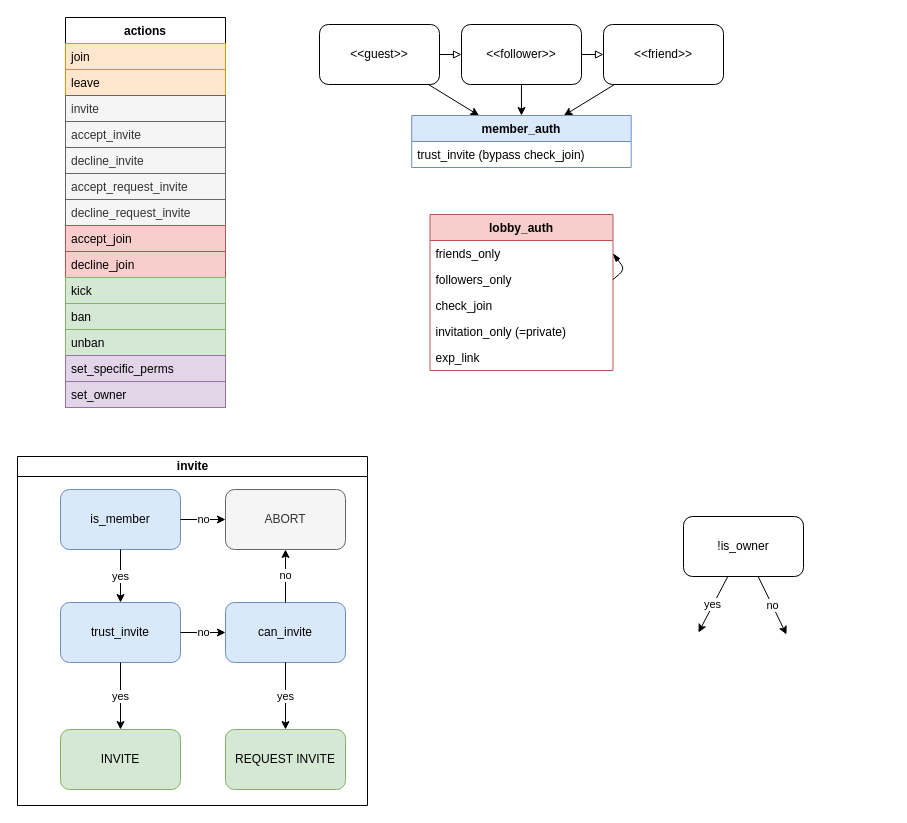
This is _bin/diagrams/lobby/auth.drawio from papawou/o_7, a draw.io file, before an edit. Source tidied: cells renumbered, new cells numbered last; positions are measured from the earlier drawing's top-left corner, leaving out a move shared by most shapes. Both pictures are drawn from the tidied source at 100%, with x=0, y=0 at pixel (17, 17).
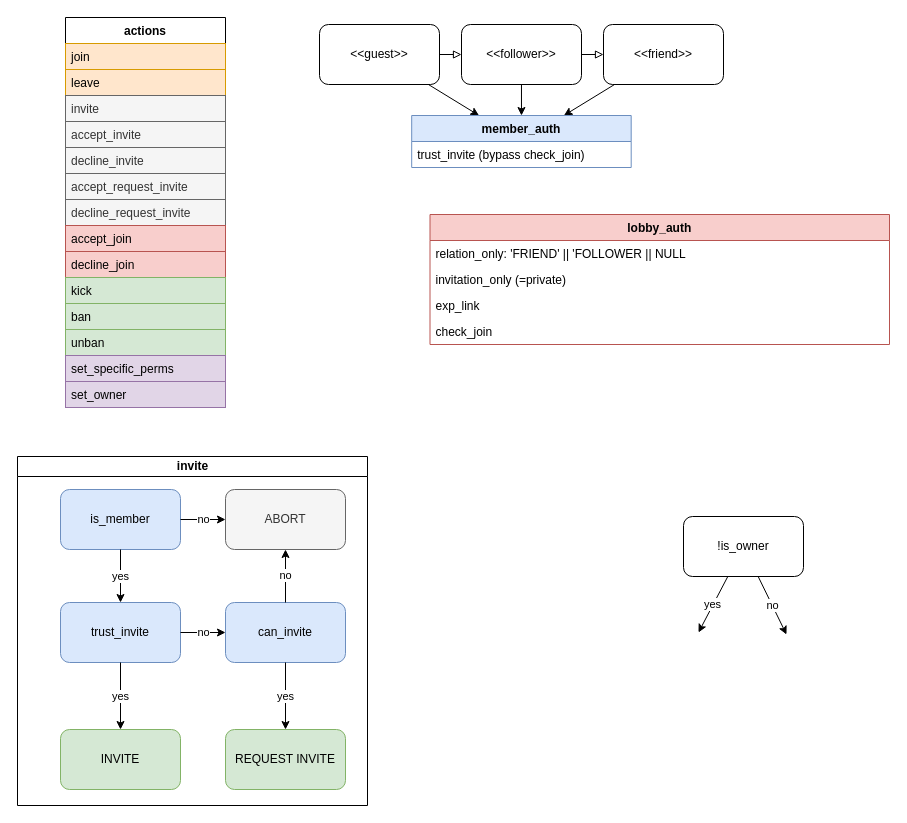
The same diagram, later.

Diff of the diagram source:
```diff
@@
     <mxCell id="28" value="lobby_auth" style="swimlane;fontStyle=1;align=center;verticalAlign=top;horizontal=1;startSize=26;fillColor=#f8cecc;strokeColor=#b85450;" parent="1" vertex="1">
-      <mxGeometry x="412.5" y="197" width="183" height="156" as="geometry" />
+      <mxGeometry x="412.5" y="197" width="459.5" height="130" as="geometry" />
     </mxCell>
-    <mxCell id="29" style="rounded=1;jettySize=auto;html=1;exitX=1;exitY=0.5;exitDx=0;exitDy=0;entryX=1;entryY=0.5;entryDx=0;entryDy=0;endArrow=none;endFill=0;startArrow=blockThin;startFill=1;" parent="28" edge="1" source="30" target="32">
-      <mxGeometry relative="1" as="geometry">
-        <Array as="points">
-          <mxPoint x="195" y="55" />
-        </Array>
-      </mxGeometry>
-    </mxCell>
-    <mxCell id="30" value="friends_only" style="text;strokeColor=none;fillColor=none;align=left;verticalAlign=top;spacingLeft=4;spacingRight=4;overflow=hidden;points=[[0,0.5],[1,0.5]];portConstraint=eastwest;" parent="28" vertex="1">
-      <mxGeometry y="26" width="183" height="26" as="geometry" />
-    </mxCell>
-    <mxCell id="31" style="edgeStyle=none;rounded=1;jettySize=auto;html=1;endArrow=blockThin;endFill=1;" parent="28" edge="1" source="32" target="33">
-      <mxGeometry relative="1" as="geometry" />
-    </mxCell>
-    <mxCell id="32" value="followers_only" style="text;strokeColor=none;fillColor=none;align=left;verticalAlign=top;spacingLeft=4;spacingRight=4;overflow=hidden;points=[[0,0.5],[1,0.5]];portConstraint=eastwest;" parent="28" vertex="1">
-      <mxGeometry y="52" width="183" height="26" as="geometry" />
-    </mxCell>
+    <mxCell id="34" value="relation_only: 'FRIEND' || 'FOLLOWER || NULL" style="text;strokeColor=none;fillColor=none;align=left;verticalAlign=top;spacingLeft=4;spacingRight=4;overflow=hidden;" parent="28" vertex="1">
+      <mxGeometry y="26" width="459.5" height="26" as="geometry" />
+    </mxCell>
+    <mxCell id="52" value="invitation_only (=private)" style="text;strokeColor=none;fillColor=none;align=left;verticalAlign=top;spacingLeft=4;spacingRight=4;overflow=hidden;" parent="28" vertex="1">
+      <mxGeometry y="52" width="459.5" height="26" as="geometry" />
+    </mxCell>
+    <mxCell id="35" value="exp_link" style="text;strokeColor=none;fillColor=none;align=left;verticalAlign=top;spacingLeft=4;spacingRight=4;overflow=hidden;" parent="28" vertex="1">
+      <mxGeometry y="78" width="459.5" height="26" as="geometry" />
+    </mxCell>
     <mxCell id="33" value="check_join" style="text;strokeColor=none;fillColor=none;align=left;verticalAlign=top;spacingLeft=4;spacingRight=4;overflow=hidden;points=[[0,0.5],[1,0.5]];portConstraint=eastwest;" parent="28" vertex="1">
-      <mxGeometry y="78" width="183" height="26" as="geometry" />
+      <mxGeometry y="104" width="459.5" height="26" as="geometry" />
     </mxCell>
-    <mxCell id="34" value="invitation_only (=private)" style="text;strokeColor=none;fillColor=none;align=left;verticalAlign=top;spacingLeft=4;spacingRight=4;overflow=hidden;" parent="28" vertex="1">
-      <mxGeometry y="104" width="183" height="26" as="geometry" />
-    </mxCell>
-    <mxCell id="35" value="exp_link" style="text;strokeColor=none;fillColor=none;align=left;verticalAlign=top;spacingLeft=4;spacingRight=4;overflow=hidden;" parent="28" vertex="1">
-      <mxGeometry y="130" width="183" height="26" as="geometry" />
-    </mxCell>
```
